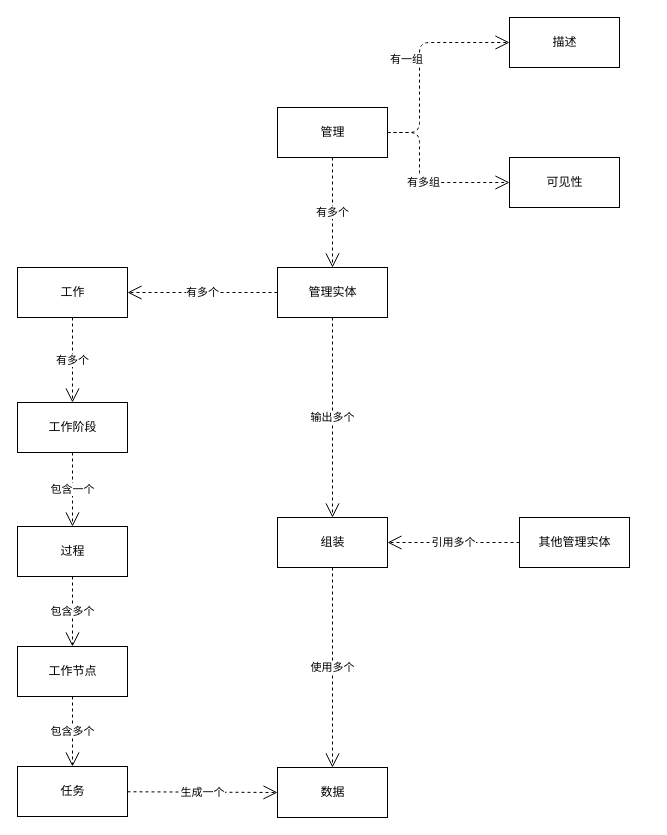
cashmerepipeline/cashmere_core keeps this draw.io diagram as documents/管理和管理器/管理构架.drawio. Above is the earlier version. Source tidied: cells renumbered, new cells numbered last; positions are measured from the earlier drawing's top-left corner, leaving out a move shared by most shapes. Both pictures are drawn from the tidied source at 100%, with x=0, y=0 at pixel (17, 17).
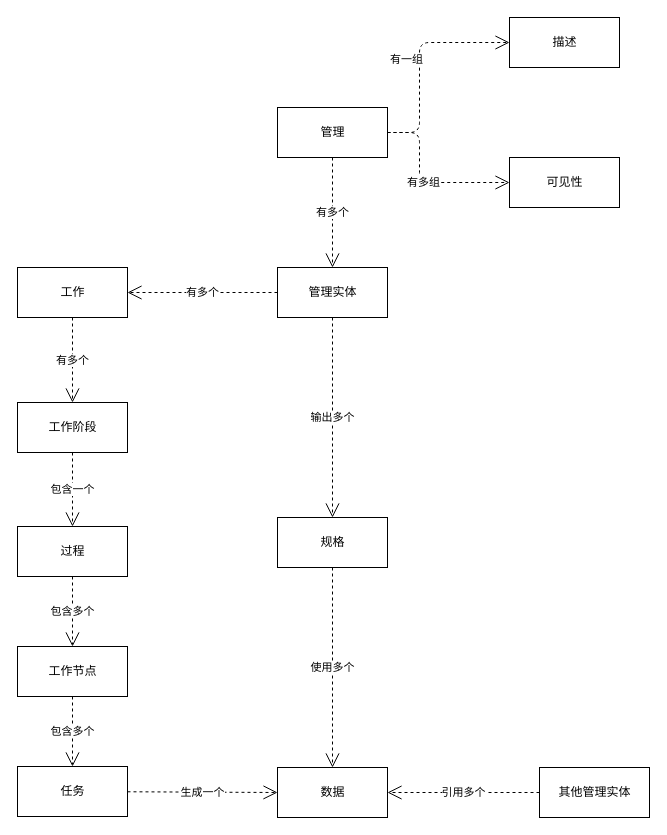
After the change.

Unchanged cells that the change refers to:
```xml
<mxCell id="7" value="数据" style="html=1;" parent="1" vertex="1">
  <mxGeometry x="260" y="750" width="110" height="50" as="geometry" />
</mxCell>
```

Change to the diagram source:
```diff
@@
-    <mxCell id="14" value="组装" style="html=1;" parent="1" vertex="1">
+    <mxCell id="14" value="规格" style="html=1;" parent="1" vertex="1">
       <mxGeometry x="260" y="500" width="110" height="50" as="geometry" />
     </mxCell>
@@
     <mxCell id="20" value="其他管理实体" style="html=1;" parent="1" vertex="1">
-      <mxGeometry x="502" y="500" width="110" height="50" as="geometry" />
+      <mxGeometry x="522" y="750" width="110" height="50" as="geometry" />
     </mxCell>
-    <mxCell id="21" value="引用多个" style="endArrow=open;endSize=12;dashed=1;html=1;exitX=0;exitY=0.5;exitDx=0;exitDy=0;entryX=1;entryY=0.5;entryDx=0;entryDy=0;" parent="1" edge="1" source="20" target="14">
+    <mxCell id="21" value="引用多个" style="endArrow=open;endSize=12;dashed=1;html=1;exitX=0;exitY=0.5;exitDx=0;exitDy=0;entryX=1;entryY=0.5;entryDx=0;entryDy=0;" parent="1" edge="1" source="20" target="7">
       <mxGeometry relative="1" as="geometry" />
     </mxCell>
```
